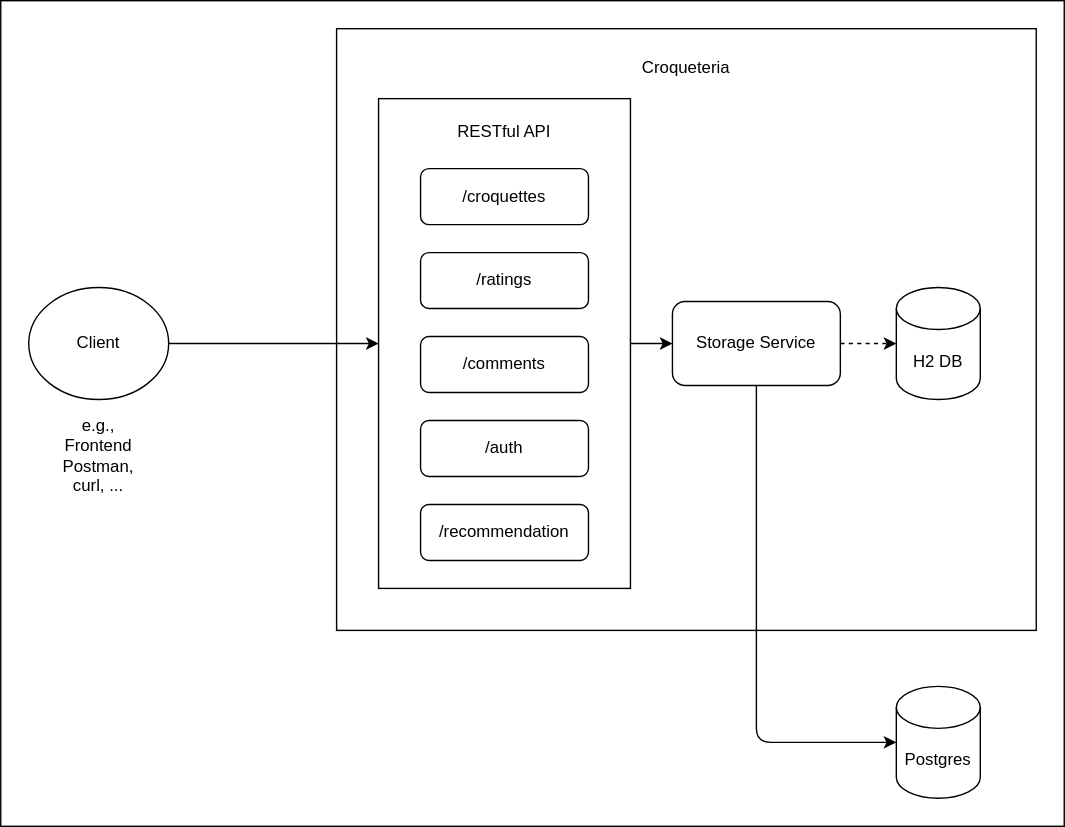
The draw.io diagram docs/concept/img/architecure_bp.svg in dextreem/krokettenbude, before a commit. Source tidied: cells renumbered, new cells last; positions are measured from the earlier drawing's top-left corner, leaving out a move shared by most shapes. Its diagram source:
```xml
<mxGraphModel>
  <root>
    <mxCell id="0" />
    <mxCell id="1" parent="0" />
    <mxCell id="2" style="rounded=0;whiteSpace=wrap;html=1;" parent="1" vertex="1">
      <mxGeometry width="760" height="590" as="geometry" />
    </mxCell>
    <mxCell id="3" value="Croqueteria&lt;br&gt;&lt;br&gt;&lt;br&gt;&lt;br&gt;&lt;br&gt;&lt;br&gt;&lt;br&gt;&lt;br&gt;&lt;br&gt;&lt;br&gt;&lt;br&gt;&lt;br&gt;&lt;br&gt;&lt;br&gt;&lt;br&gt;&lt;br&gt;&lt;br&gt;&lt;br&gt;&lt;br&gt;&lt;br&gt;&lt;br&gt;&lt;br&gt;&lt;br&gt;&lt;br&gt;&lt;br&gt;&lt;br&gt;&lt;br&gt;" style="rounded=0;whiteSpace=wrap;html=1;" parent="1" vertex="1">
      <mxGeometry x="240" y="20" width="500" height="430" as="geometry" />
    </mxCell>
    <mxCell id="4" style="edgeStyle=none;html=1;exitX=1;exitY=0.5;exitDx=0;exitDy=0;entryX=0;entryY=0.5;entryDx=0;entryDy=0;" parent="1" edge="1" source="5" target="14">
      <mxGeometry relative="1" as="geometry" />
    </mxCell>
    <mxCell id="5" value="RESTful API&lt;br&gt;&lt;br&gt;&lt;br&gt;&lt;br&gt;&lt;br&gt;&lt;br&gt;&lt;br&gt;&lt;br&gt;&lt;br&gt;&lt;br&gt;&lt;br&gt;&lt;br&gt;&lt;br&gt;&lt;br&gt;&lt;br&gt;&lt;br&gt;&lt;br&gt;&lt;br&gt;&lt;br&gt;&lt;br&gt;&lt;br&gt;&lt;br&gt;" style="rounded=0;whiteSpace=wrap;html=1;" parent="1" vertex="1">
      <mxGeometry x="270" y="70" width="180" height="350" as="geometry" />
    </mxCell>
    <mxCell id="6" value="/recommendation" style="rounded=1;whiteSpace=wrap;html=1;" parent="1" vertex="1">
      <mxGeometry x="300" y="360" width="120" height="40" as="geometry" />
    </mxCell>
    <mxCell id="7" value="/auth" style="rounded=1;whiteSpace=wrap;html=1;" parent="1" vertex="1">
      <mxGeometry x="300" y="300" width="120" height="40" as="geometry" />
    </mxCell>
    <mxCell id="8" value="/comments" style="rounded=1;whiteSpace=wrap;html=1;" parent="1" vertex="1">
      <mxGeometry x="300" y="240" width="120" height="40" as="geometry" />
    </mxCell>
    <mxCell id="9" value="/ratings" style="rounded=1;whiteSpace=wrap;html=1;" parent="1" vertex="1">
      <mxGeometry x="300" y="180" width="120" height="40" as="geometry" />
    </mxCell>
    <mxCell id="10" value="/croquettes" style="rounded=1;whiteSpace=wrap;html=1;" parent="1" vertex="1">
      <mxGeometry x="300" y="120" width="120" height="40" as="geometry" />
    </mxCell>
    <mxCell id="11" value="H2 DB" style="shape=cylinder3;whiteSpace=wrap;html=1;boundedLbl=1;backgroundOutline=1;size=15;" parent="1" vertex="1">
      <mxGeometry x="640" y="205" width="60" height="80" as="geometry" />
    </mxCell>
    <mxCell id="12" style="edgeStyle=none;html=1;exitX=1;exitY=0.5;exitDx=0;exitDy=0;entryX=0;entryY=0.5;entryDx=0;entryDy=0;entryPerimeter=0;dashed=1;" parent="1" edge="1" source="14" target="11">
      <mxGeometry relative="1" as="geometry" />
    </mxCell>
    <mxCell id="13" style="edgeStyle=none;html=1;exitX=0.5;exitY=1;exitDx=0;exitDy=0;entryX=0;entryY=0.5;entryDx=0;entryDy=0;entryPerimeter=0;" parent="1" edge="1" source="14" target="15">
      <mxGeometry relative="1" as="geometry">
        <Array as="points">
          <mxPoint x="540" y="530" />
        </Array>
      </mxGeometry>
    </mxCell>
    <mxCell id="14" value="Storage Service" style="rounded=1;whiteSpace=wrap;html=1;" parent="1" vertex="1">
      <mxGeometry x="480" y="215" width="120" height="60" as="geometry" />
    </mxCell>
    <mxCell id="15" value="Postgres" style="shape=cylinder3;whiteSpace=wrap;html=1;boundedLbl=1;backgroundOutline=1;size=15;" parent="1" vertex="1">
      <mxGeometry x="640" y="490" width="60" height="80" as="geometry" />
    </mxCell>
    <mxCell id="16" style="edgeStyle=none;html=1;exitX=1;exitY=0.5;exitDx=0;exitDy=0;entryX=0;entryY=0.5;entryDx=0;entryDy=0;" parent="1" edge="1" source="17" target="5">
      <mxGeometry relative="1" as="geometry" />
    </mxCell>
    <mxCell id="17" value="Client" style="ellipse;whiteSpace=wrap;html=1;" parent="1" vertex="1">
      <mxGeometry x="20" y="205" width="100" height="80" as="geometry" />
    </mxCell>
    <mxCell id="18" value="e.g., Frontend Postman, curl, ..." style="text;strokeColor=none;align=center;fillColor=none;html=1;verticalAlign=middle;whiteSpace=wrap;rounded=0;" parent="1" vertex="1">
      <mxGeometry x="40" y="290" width="60" height="70" as="geometry" />
    </mxCell>
  </root>
</mxGraphModel>
```
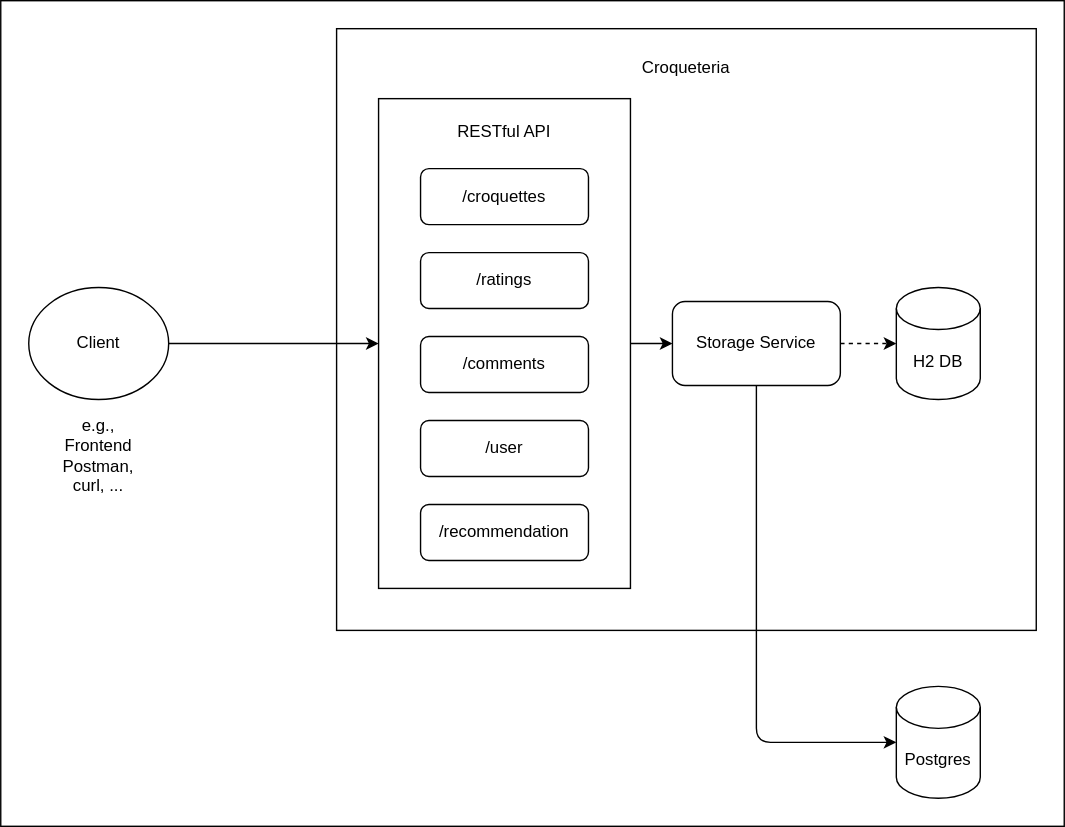
Above is the later version.

Diff of the diagram source:
```diff
@@ -17,7 +17,7 @@
     <mxCell id="6" value="/recommendation" style="rounded=1;whiteSpace=wrap;html=1;" parent="1" vertex="1">
       <mxGeometry x="300" y="360" width="120" height="40" as="geometry" />
     </mxCell>
-    <mxCell id="7" value="/auth" style="rounded=1;whiteSpace=wrap;html=1;" parent="1" vertex="1">
+    <mxCell id="7" value="/user" style="rounded=1;whiteSpace=wrap;html=1;" parent="1" vertex="1">
       <mxGeometry x="300" y="300" width="120" height="40" as="geometry" />
     </mxCell>
     <mxCell id="8" value="/comments" style="rounded=1;whiteSpace=wrap;html=1;" parent="1" vertex="1">
```
